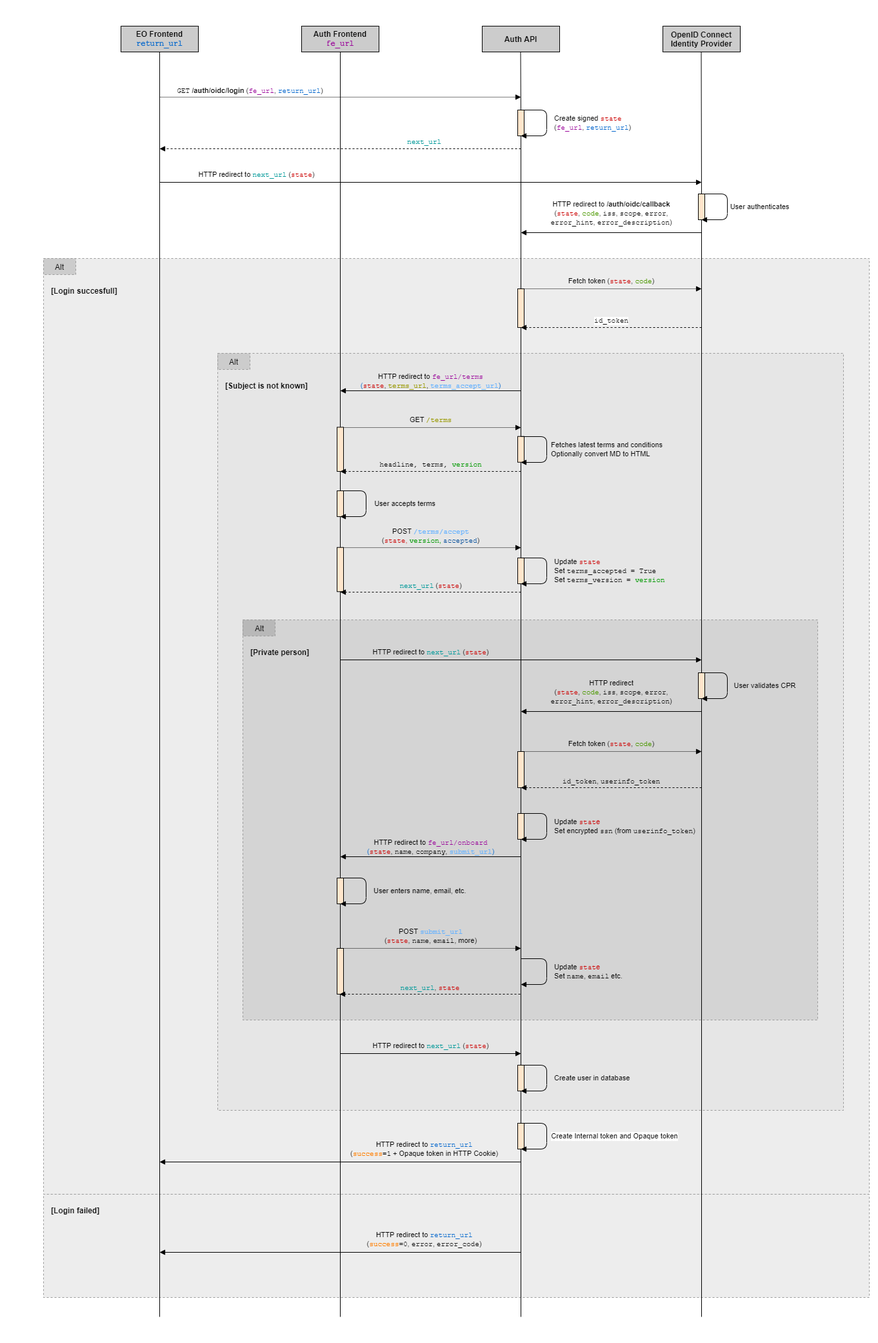
Earlier version of the draw.io export doc/diagrams/login-flow.drawio.png (MartinSchmidt/eo-auth). Source tidied: cells renumbered, new cells last; positions are measured from the earlier drawing's top-left corner, leaving out a move shared by most shapes.
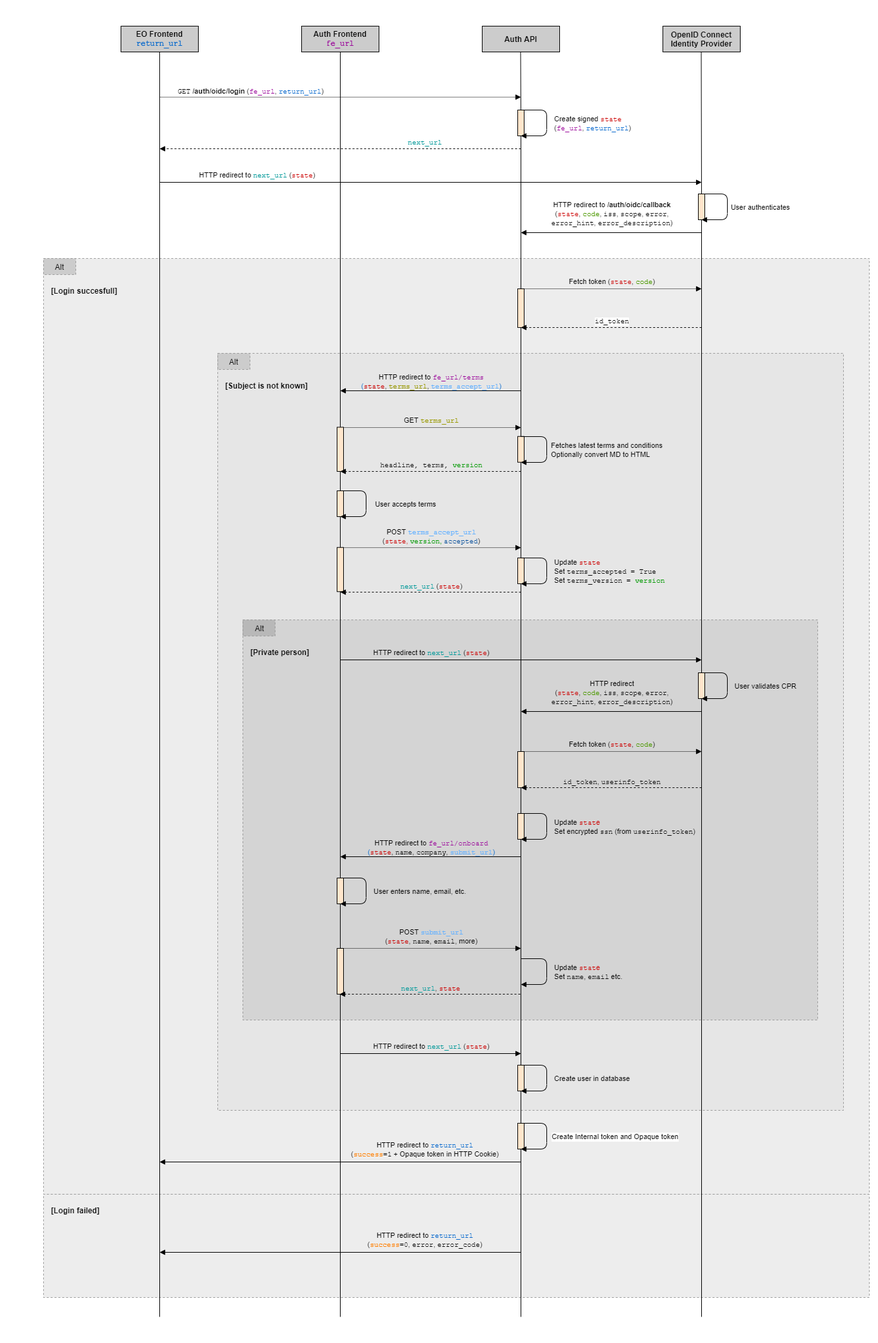
Later version of the same file.

Change to the diagram source:
```diff
@@ -145,7 +145,7 @@
         <mxPoint x="807" y="848.1" as="targetPoint" />
       </mxGeometry>
     </mxCell>
-    <mxCell id="35" value="&lt;font face=&quot;Helvetica&quot;&gt;POST &lt;/font&gt;&lt;font face=&quot;Helvetica&quot;&gt;&lt;font face=&quot;Helvetica&quot;&gt;&lt;font face=&quot;Courier New&quot; color=&quot;#0066CC&quot;&gt;&lt;font face=&quot;Helvetica&quot;&gt;&lt;font face=&quot;Helvetica&quot;&gt;&lt;font face=&quot;Courier New&quot; color=&quot;#CC0000&quot;&gt;&lt;font color=&quot;#999900&quot;&gt;&lt;font color=&quot;#66B2FF&quot;&gt;/terms/accept&lt;/font&gt;&lt;/font&gt;&lt;/font&gt;&lt;/font&gt;&lt;/font&gt;&lt;/font&gt;&lt;/font&gt;&lt;br&gt;(&lt;font face=&quot;Courier New&quot;&gt;&lt;font color=&quot;#cc0000&quot;&gt;state&lt;/font&gt;&lt;font face=&quot;Helvetica&quot; color=&quot;#000000&quot; style=&quot;color: rgb(204 , 0 , 0)&quot;&gt;, &lt;/font&gt;&lt;font color=&quot;#009900&quot;&gt;version&lt;/font&gt;&lt;/font&gt;&lt;/font&gt;&lt;span style=&quot;font-family: &amp;#34;helvetica&amp;#34;&quot;&gt;&lt;font color=&quot;#009900&quot;&gt;,&lt;/font&gt;&lt;/span&gt;&lt;span style=&quot;color: rgb(204 , 0 , 0) ; font-family: &amp;#34;helvetica&amp;#34;&quot;&gt;&amp;nbsp;&lt;/span&gt;&lt;font face=&quot;Helvetica&quot;&gt;&lt;font face=&quot;Courier New&quot;&gt;&lt;font color=&quot;#004c99&quot;&gt;accepted&lt;/font&gt;&lt;/font&gt;)&lt;br&gt;&lt;/font&gt;" style="edgeLabel;html=1;align=center;verticalAlign=middle;fontFamily=Courier New;labelBackgroundColor=none;" parent="34" vertex="1">
+    <mxCell id="35" value="&lt;font face=&quot;Helvetica&quot;&gt;POST &lt;/font&gt;&lt;font face=&quot;Helvetica&quot;&gt;&lt;font face=&quot;Helvetica&quot;&gt;&lt;font face=&quot;Courier New&quot; color=&quot;#0066CC&quot;&gt;&lt;font face=&quot;Helvetica&quot;&gt;&lt;font face=&quot;Helvetica&quot;&gt;&lt;font face=&quot;Courier New&quot; color=&quot;#CC0000&quot;&gt;&lt;font color=&quot;#999900&quot;&gt;&lt;font color=&quot;#66B2FF&quot;&gt;terms_accept_url&lt;/font&gt;&lt;/font&gt;&lt;/font&gt;&lt;/font&gt;&lt;/font&gt;&lt;/font&gt;&lt;/font&gt;&lt;br&gt;(&lt;font face=&quot;Courier New&quot;&gt;&lt;font color=&quot;#cc0000&quot;&gt;state&lt;/font&gt;&lt;font face=&quot;Helvetica&quot; color=&quot;#000000&quot; style=&quot;color: rgb(204 , 0 , 0)&quot;&gt;, &lt;/font&gt;&lt;font color=&quot;#009900&quot;&gt;version&lt;/font&gt;&lt;/font&gt;&lt;/font&gt;&lt;span style=&quot;font-family: &amp;#34;helvetica&amp;#34;&quot;&gt;&lt;font color=&quot;#009900&quot;&gt;,&lt;/font&gt;&lt;/span&gt;&lt;span style=&quot;color: rgb(204 , 0 , 0) ; font-family: &amp;#34;helvetica&amp;#34;&quot;&gt;&amp;nbsp;&lt;/span&gt;&lt;font face=&quot;Helvetica&quot;&gt;&lt;font face=&quot;Courier New&quot;&gt;&lt;font color=&quot;#004c99&quot;&gt;accepted&lt;/font&gt;&lt;/font&gt;)&lt;br&gt;&lt;/font&gt;" style="edgeLabel;html=1;align=center;verticalAlign=middle;fontFamily=Courier New;labelBackgroundColor=none;" parent="34" vertex="1">
       <mxGeometry x="-0.09" y="1" relative="1" as="geometry">
         <mxPoint x="13" y="-17" as="offset" />
       </mxGeometry>
@@ -222,7 +222,7 @@
         <mxPoint x="807" y="662" as="targetPoint" />
       </mxGeometry>
     </mxCell>
-    <mxCell id="49" value="&lt;font face=&quot;Helvetica&quot;&gt;GET &lt;/font&gt;&lt;font face=&quot;Helvetica&quot;&gt;&lt;font face=&quot;Helvetica&quot;&gt;&lt;font face=&quot;Courier New&quot; color=&quot;#0066CC&quot;&gt;&lt;font face=&quot;Helvetica&quot;&gt;&lt;font face=&quot;Helvetica&quot;&gt;&lt;font face=&quot;Courier New&quot; color=&quot;#CC0000&quot;&gt;&lt;font color=&quot;#999900&quot;&gt;/terms&lt;br&gt;&lt;/font&gt;&lt;/font&gt;&lt;/font&gt;&lt;/font&gt;&lt;/font&gt;&lt;/font&gt;&lt;/font&gt;" style="edgeLabel;html=1;align=center;verticalAlign=middle;fontFamily=Courier New;labelBackgroundColor=none;" parent="48" vertex="1">
+    <mxCell id="49" value="&lt;font face=&quot;Helvetica&quot;&gt;GET &lt;/font&gt;&lt;font face=&quot;Helvetica&quot;&gt;&lt;font face=&quot;Helvetica&quot;&gt;&lt;font face=&quot;Courier New&quot; color=&quot;#0066CC&quot;&gt;&lt;font face=&quot;Helvetica&quot;&gt;&lt;font face=&quot;Helvetica&quot;&gt;&lt;font face=&quot;Courier New&quot; color=&quot;#CC0000&quot;&gt;&lt;font color=&quot;#999900&quot;&gt;terms_url&lt;br&gt;&lt;/font&gt;&lt;/font&gt;&lt;/font&gt;&lt;/font&gt;&lt;/font&gt;&lt;/font&gt;&lt;/font&gt;" style="edgeLabel;html=1;align=center;verticalAlign=middle;fontFamily=Courier New;labelBackgroundColor=none;" parent="48" vertex="1">
       <mxGeometry x="-0.09" y="1" relative="1" as="geometry">
         <mxPoint x="13" y="-11" as="offset" />
       </mxGeometry>
```
